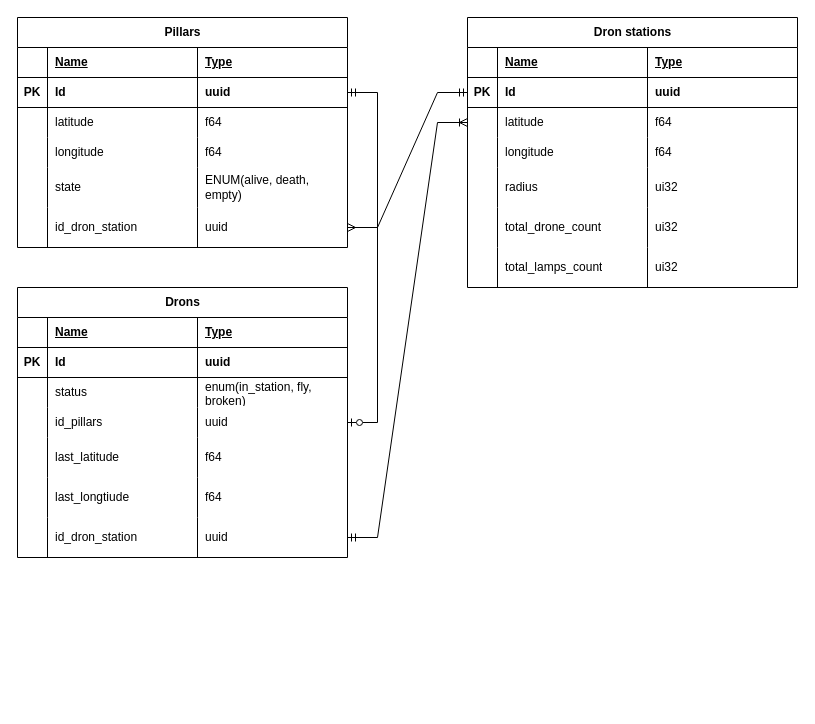
Earlier version of the draw.io diagram diagrams/erd_server.drawio (GoodGame563/Dron_NeforsTeam). Source tidied: cells renumbered, new cells numbered last; positions are measured from the earlier drawing's top-left corner, leaving out a move shared by most shapes. Both pictures are drawn from the tidied source at 100%, with x=0, y=0 at pixel (17, 17).
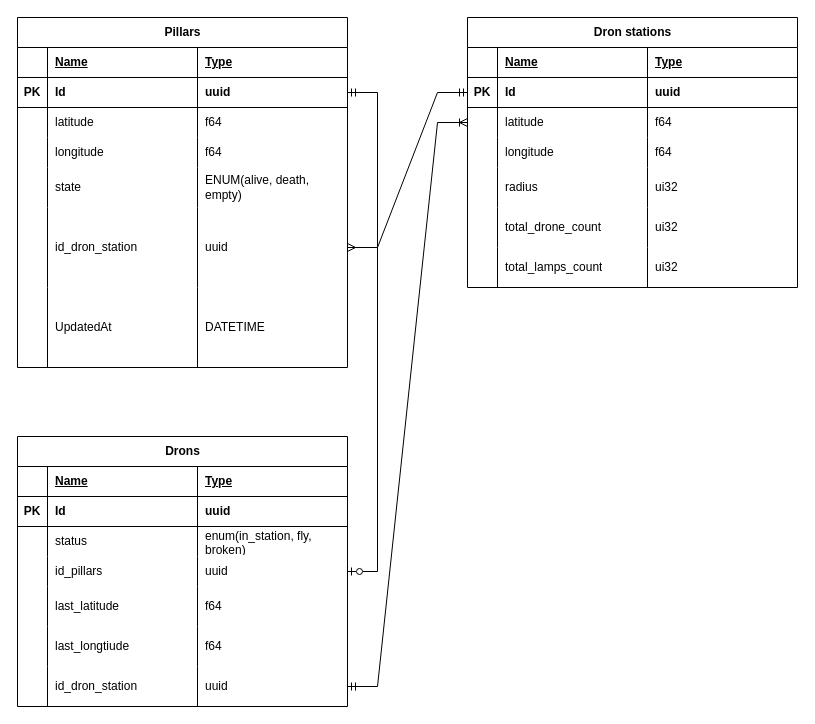
The same page after the edit.

Commit message:
Обновить erd_server.drawio добавл updatedAt

The edit, as a diff of the source:
```diff
@@
     <mxCell id="2" value="Pillars" style="shape=table;startSize=30;childLayout=tableLayout;rowLines=0;fontStyle=1;align=center;html=1;" parent="1" vertex="1">
-      <mxGeometry width="330" height="230" as="geometry" />
+      <mxGeometry width="330" height="350" as="geometry" />
     </mxCell>
@@
     <mxCell id="23" style="shape=tableRow;horizontal=0;startSize=0;swimlaneHead=0;swimlaneBody=0;fillColor=none;points=[[0,0.5],[1,0.5]];portConstraint=eastwest;top=0;left=0;right=0;bottom=0;" parent="2" vertex="1">
-      <mxGeometry y="190" width="330" height="40" as="geometry" />
+      <mxGeometry y="190" width="330" height="80" as="geometry" />
     </mxCell>
     <mxCell id="24" style="shape=partialRectangle;fillColor=none;top=0;left=0;bottom=0;right=0;overflow=hidden;whiteSpace=wrap;html=1;" parent="23" vertex="1">
-      <mxGeometry width="30" height="40" as="geometry" />
+      <mxGeometry width="30" height="80" as="geometry" />
     </mxCell>
     <mxCell id="25" value="id_dron_station" style="shape=partialRectangle;fillColor=none;top=0;left=0;bottom=0;right=0;align=left;spacingLeft=6;overflow=hidden;whiteSpace=wrap;html=1;" parent="23" vertex="1">
-      <mxGeometry x="30" width="150" height="40" as="geometry" />
+      <mxGeometry x="30" width="150" height="80" as="geometry" />
     </mxCell>
     <mxCell id="26" value="uuid" style="shape=partialRectangle;fillColor=none;top=0;left=0;bottom=0;right=0;align=left;spacingLeft=6;overflow=hidden;whiteSpace=wrap;html=1;" parent="23" vertex="1">
-      <mxGeometry x="180" width="150" height="40" as="geometry" />
+      <mxGeometry x="180" width="150" height="80" as="geometry" />
     </mxCell>
+    <mxCell id="88" style="shape=tableRow;horizontal=0;startSize=0;swimlaneHead=0;swimlaneBody=0;fillColor=none;top=0;left=0;right=0;bottom=0;" parent="2" vertex="1">
+      <mxGeometry y="270" width="330" height="80" as="geometry" />
+    </mxCell>
+    <mxCell id="89" style="shape=partialRectangle;fillColor=none;top=0;left=0;bottom=0;right=0;overflow=hidden;whiteSpace=wrap;html=1;" parent="88" vertex="1">
+      <mxGeometry width="30" height="80" as="geometry" />
+    </mxCell>
+    <mxCell id="90" value="UpdatedAt" style="shape=partialRectangle;fillColor=none;top=0;left=0;bottom=0;right=0;align=left;spacingLeft=6;overflow=hidden;whiteSpace=wrap;html=1;" parent="88" vertex="1">
+      <mxGeometry x="30" width="150" height="80" as="geometry" />
+    </mxCell>
+    <mxCell id="91" value="DATETIME" style="shape=partialRectangle;fillColor=none;top=0;left=0;bottom=0;right=0;align=left;spacingLeft=6;overflow=hidden;whiteSpace=wrap;html=1;" parent="88" vertex="1">
+      <mxGeometry x="180" width="150" height="80" as="geometry" />
+    </mxCell>
@@
     <mxCell id="57" value="Drons" style="shape=table;startSize=30;childLayout=tableLayout;rowLines=0;fontStyle=1;align=center;html=1;" parent="1" vertex="1">
-      <mxGeometry y="270" width="330" height="270" as="geometry" />
+      <mxGeometry y="419" width="330" height="270" as="geometry" />
     </mxCell>
```
